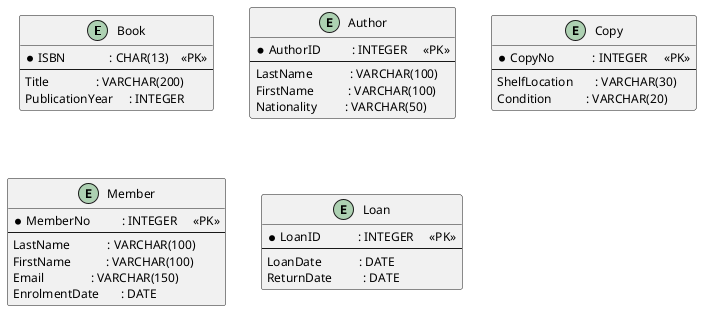
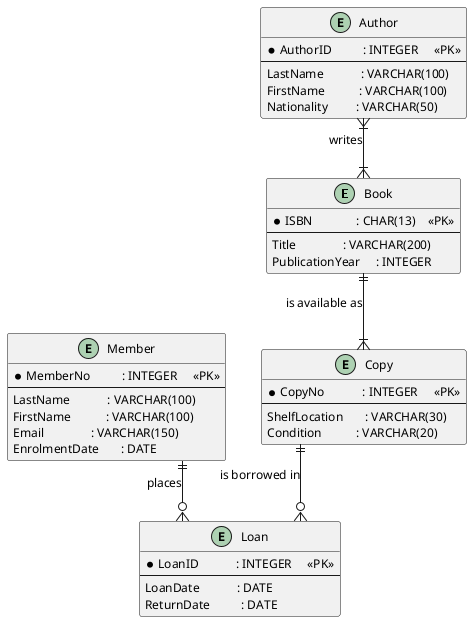
@startuml
' ============================================================
'  schema.puml -- ER Diagram: Bochum City Library
'  DBMS_02 · THGA Bochum
' ============================================================

skinparam linetype ortho
skinparam defaultFontName Helvetica
skinparam defaultFontSize 12
skinparam entityBackgroundColor #CCE5FF
skinparam entityBorderColor     #003C7C
skinparam entityFontColor       #003C7C
skinparam entityFontStyle       bold

' ------------------------------------------------------------
' Entities
' ------------------------------------------------------------

entity "Book" as B {
  * ISBN              : CHAR(13)    <<PK>>
  --
  Title               : VARCHAR(200)
  PublicationYear     : INTEGER
}

entity "Author" as A {
  * AuthorID          : INTEGER     <<PK>>
  --
  LastName            : VARCHAR(100)
  FirstName           : VARCHAR(100)
  Nationality         : VARCHAR(50)
}

entity "Copy" as C {
  * CopyNo            : INTEGER     <<PK>>
  --
  ShelfLocation       : VARCHAR(30)
  Condition           : VARCHAR(20)
}

entity "Member" as M {
  * MemberNo          : INTEGER     <<PK>>
  --
  LastName            : VARCHAR(100)
  FirstName           : VARCHAR(100)
  Email               : VARCHAR(150)
  EnrolmentDate       : DATE
}

entity "Loan" as L {
  * LoanID            : INTEGER     <<PK>>
  --
  LoanDate            : DATE
  ReturnDate          : DATE
}

' ============================================================
' TODO: Add relationships here
'
' Crow's Foot notation:
'   ||   exactly one     (mandatory one)
'   |{   one or more     (one or more)
'   o{   zero or more    (zero or more)
'   o|   zero or one     (optional one)
'
' Syntax:
'   EntityA [left-notation]--[right-notation] EntityB : "label"
'
' Example:
'   Department ||--|{ Employee : "employs"
'   (A department employs 1..N employees;
'    an employee belongs to exactly one department.)
'
' Your task -- model these four relationships from the scenario:
'
'   1. Author  -- writes --          Book    (N:M)
'   2. Book    -- is available as -- Copy    (1:1..N)
'   3. Member  -- places --          Loan    (1:0..N)
'   4. Copy    -- is borrowed in --  Loan    (1:0..N)
- '
' ============================================================

- 
+ A }|--|{ B : "writes"
+ B ||--|{ C : "is available as"
+ M ||--o{ L : "places"
+ C ||--o{ L : "is borrowed in"
@enduml
